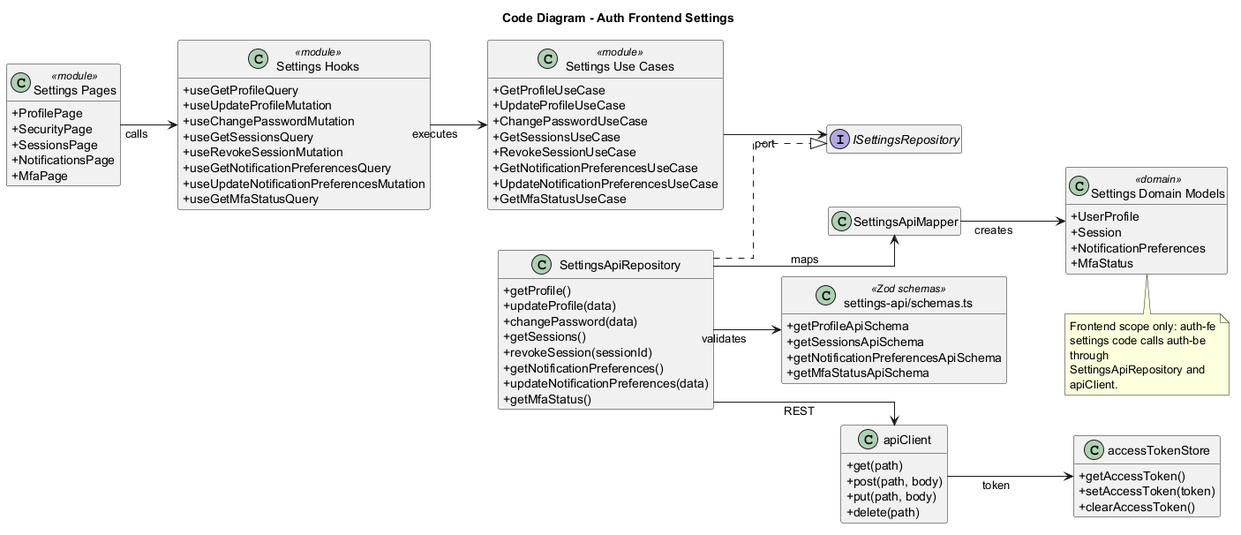
The PlantUML diagram docs/architecture/individual-code-frontend-settings.png in advprog-2026-A10-project/Module-9-Group, before a commit.
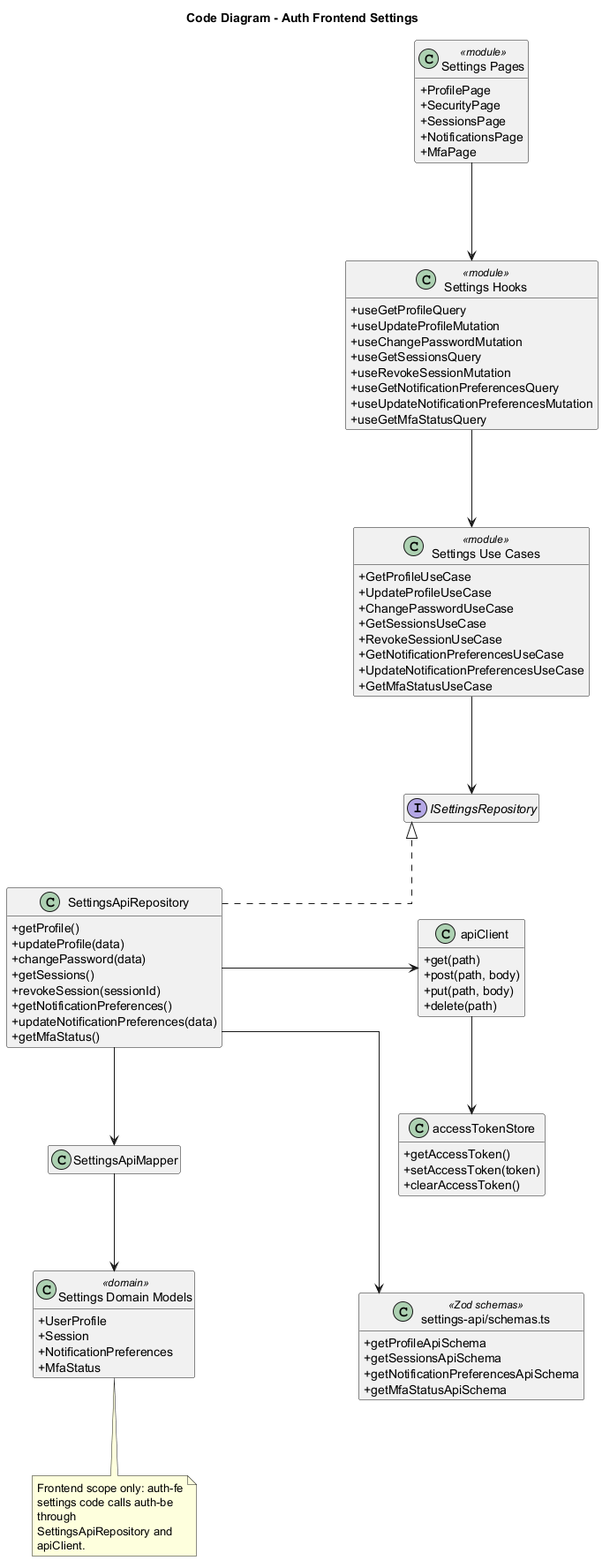
The same file after the commit.

Commit message:
final attemt to fix image overlap Individual container diagram of Auth Settings Security with its code diagram of the group A10 BidMart

Diff of the diagram source:
```diff
@@ -3,8 +3,8 @@
 left to right direction
 skinparam classAttributeIconSize 0
 skinparam linetype ortho
-skinparam nodesep 45
-skinparam ranksep 65
+skinparam nodesep 110
+skinparam ranksep 140
 skinparam wrapWidth 190
 hide empty members
 
@@ -80,15 +80,15 @@
   +MfaStatus
 }
 
-SettingsPages --> SettingsHooks : calls
-SettingsHooks --> SettingsUseCases : executes
-SettingsUseCases --> ISettingsRepository : port
+SettingsPages -right-> SettingsHooks
+SettingsHooks -right-> SettingsUseCases
+SettingsUseCases -right-> ISettingsRepository
 SettingsApiRepository ..|> ISettingsRepository
-SettingsApiRepository --> apiClient : REST
-SettingsApiRepository --> SettingsApiMapper : maps
-SettingsApiRepository --> ZodSchemas : validates
-SettingsApiMapper --> DomainModels : creates
-apiClient --> accessTokenStore : token
+SettingsApiRepository -down-> apiClient
+SettingsApiRepository -right-> SettingsApiMapper
+SettingsApiRepository -down-> ZodSchemas
+SettingsApiMapper -right-> DomainModels
+apiClient -right-> accessTokenStore
 
 note bottom
 Frontend scope only: auth-fe settings code calls auth-be through
```
